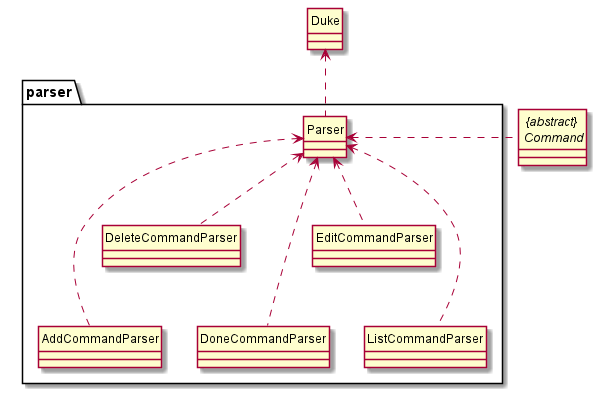
The PlantUML diagram docs/diagrams/ParserClassDiagram.png in wangqinNick/tp, before a commit.
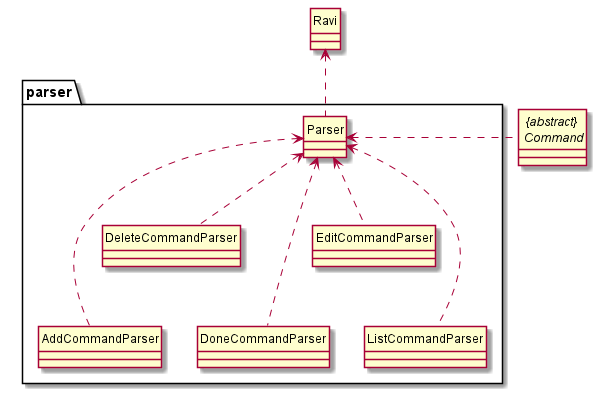
After the change.

The edit, as a diff of the source:
```diff
@@ -3,7 +3,7 @@
 hide circle
 skinparam classAttributeIconSize 0
 
-class Duke
+class Ravi
 abstract class "{abstract} \n Command"
 package parser {
     class Parser
@@ -13,7 +13,7 @@
     class EditCommandParser
     class ListCommandParser
 }
-Duke <.. Parser
+Ravi <.. Parser
 Parser <. "{abstract} \n Command"
 Parser <... AddCommandParser
 Parser <.. DeleteCommandParser
```
